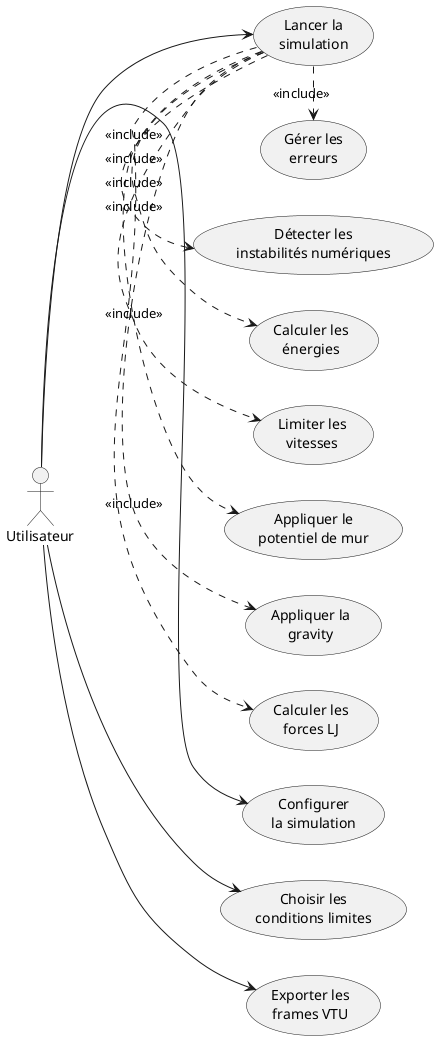
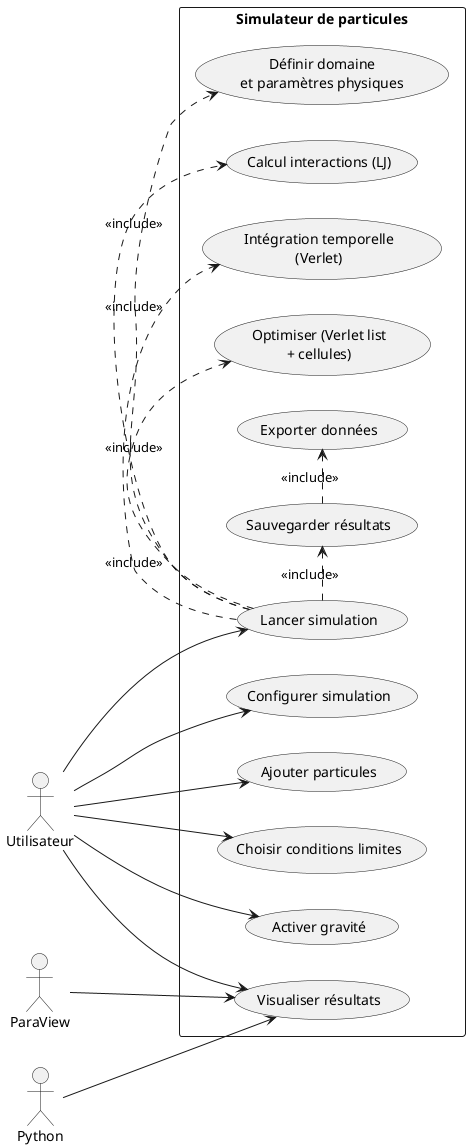
@startuml
- 
left to right direction

actor Utilisateur
+ actor ParaView
+ actor Python

- usecase "Configurer\nla simulation" as UC1
- usecase "Choisir les\nconditions limites" as UC2
- usecase "Lancer la\nsimulation" as UC3
- usecase "Calculer les\nforces LJ" as UC4
- usecase "Appliquer la\ngravity" as UC5
- usecase "Appliquer le\npotentiel de mur" as UC6
- usecase "Limiter les\nvitesses" as UC7
- usecase "Exporter les\nframes VTU" as UC8
- usecase "Calculer les\nénergies" as UC9
- usecase "Détecter les\ninstabilités numériques" as UC10
- usecase "Gérer les\nerreurs" as UC11
+ rectangle "Simulateur de particules" {
+ 
+ usecase "Configurer simulation" as UC1
+ usecase "Définir domaine\net paramètres physiques" as UC2
+ usecase "Ajouter particules" as UC3
+ usecase "Choisir conditions limites" as UC4
+ usecase "Activer gravité" as UC5
+ usecase "Lancer simulation" as UC6
+ usecase "Calcul interactions (LJ)" as UC7
+ usecase "Intégration temporelle\n(Verlet)" as UC8
+ usecase "Optimiser (Verlet list\n+ cellules)" as UC9
+ usecase "Sauvegarder résultats" as UC10
+ usecase "Exporter données" as UC11
+ usecase "Visualiser résultats" as UC12
+ 
+ }

Utilisateur --> UC1
- Utilisateur --> UC2
Utilisateur --> UC3
- Utilisateur --> UC8
+ Utilisateur --> UC4
+ Utilisateur --> UC5
+ Utilisateur --> UC6
+ Utilisateur --> UC12

- UC3 .> UC4 : <<include>>
- UC3 .> UC5 : <<include>>
- UC3 .> UC6 : <<include>>
- UC3 .> UC7 : <<include>>
- UC3 .> UC9 : <<include>>
- UC3 .> UC10 : <<include>>
- UC3 .> UC11 : <<include>>
+ UC6 .> UC2 : <<include>>
+ UC6 .> UC7 : <<include>>
+ UC6 .> UC8 : <<include>>
+ UC6 .> UC9 : <<include>>
+ UC6 .> UC10 : <<include>>
+ 
+ UC10 .> UC11 : <<include>>
+ 
+ ParaView --> UC12
+ Python --> UC12

@enduml